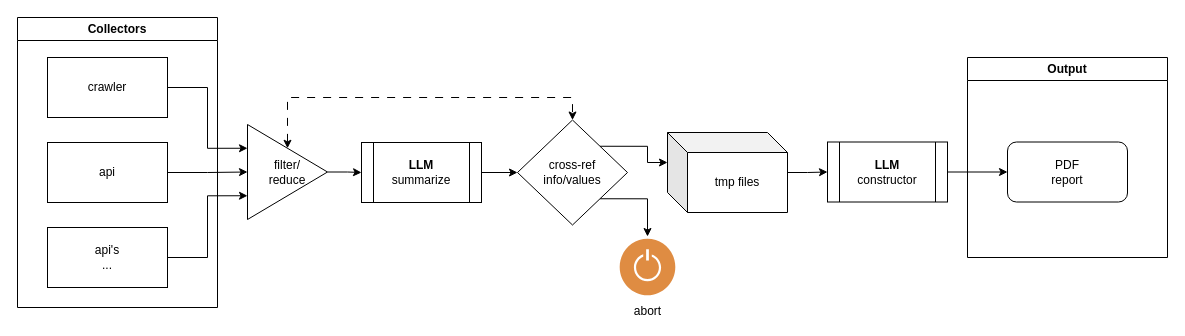
This is docs/img/uml.drawio from SondreUM/gen-ai, a draw.io file, before an edit. Source tidied: cells renumbered, new cells numbered last; positions are measured from the earlier drawing's top-left corner, leaving out a move shared by most shapes. Both pictures are drawn from the tidied source at 100%, with x=0, y=0 at pixel (17, 17).
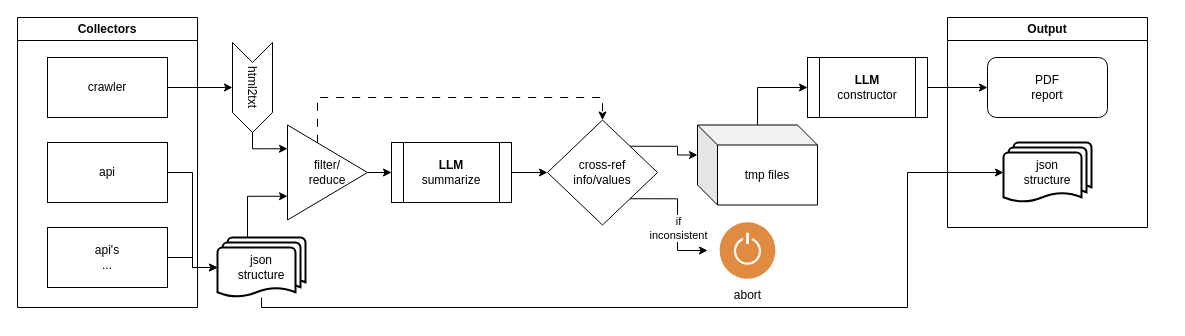
The same diagram, later.

The change refers to these unchanged cells:
```xml
<mxCell id="5" value="crawler" style="rounded=0;whiteSpace=wrap;html=1;" parent="1" vertex="1">
  <mxGeometry x="30" y="40" width="120" height="60" as="geometry" />
</mxCell>
<mxCell id="9" value="&lt;div&gt;api's&lt;/div&gt;&lt;div&gt;...&lt;br&gt;&lt;/div&gt;" style="rounded=0;whiteSpace=wrap;html=1;" parent="1" vertex="1">
  <mxGeometry x="30" y="210" width="120" height="60" as="geometry" />
</mxCell>
```

The edit, as a diff of the source:
```diff
@@
     <mxCell id="3" value="&lt;div&gt;filter/&lt;/div&gt;&lt;div&gt;reduce&lt;br&gt;&lt;/div&gt;" style="triangle;whiteSpace=wrap;html=1;" parent="1" vertex="1">
-      <mxGeometry x="230" y="107" width="80" height="95" as="geometry" />
+      <mxGeometry x="270" y="107.5" width="80" height="95" as="geometry" />
     </mxCell>
-    <mxCell id="4" style="edgeStyle=orthogonalEdgeStyle;rounded=0;jettySize=auto;html=1;entryX=0;entryY=0.25;entryDx=0;entryDy=0;" parent="1" edge="1" source="5" target="3">
-      <mxGeometry relative="1" as="geometry" />
-    </mxCell>
+    <mxCell id="24" style="edgeStyle=orthogonalEdgeStyle;rounded=0;jettySize=auto;html=1;" parent="1" edge="1" source="5" target="28">
+      <mxGeometry relative="1" as="geometry" />
+    </mxCell>
@@
-    <mxCell id="6" style="edgeStyle=orthogonalEdgeStyle;rounded=0;jettySize=auto;html=1;entryX=0;entryY=0.5;entryDx=0;entryDy=0;" parent="1" edge="1" source="7" target="3">
-      <mxGeometry relative="1" as="geometry" />
-    </mxCell>
-    <mxCell id="7" value="api" style="rounded=0;whiteSpace=wrap;html=1;" parent="1" vertex="1">
+    <mxCell id="7" value="&lt;div&gt;api&lt;/div&gt;" style="rounded=0;whiteSpace=wrap;html=1;" parent="1" vertex="1">
       <mxGeometry x="30" y="125" width="120" height="60" as="geometry" />
     </mxCell>
-    <mxCell id="8" style="edgeStyle=orthogonalEdgeStyle;rounded=0;jettySize=auto;html=1;entryX=0;entryY=0.75;entryDx=0;entryDy=0;" parent="1" edge="1" source="9" target="3">
-      <mxGeometry relative="1" as="geometry" />
-    </mxCell>
@@
     <mxCell id="11" value="&lt;div&gt;&lt;b&gt;LLM&lt;/b&gt;&lt;/div&gt;&lt;div&gt;summarize&lt;b&gt;&lt;br&gt;&lt;/b&gt;&lt;/div&gt;" style="shape=process;whiteSpace=wrap;html=1;backgroundOutline=1;" parent="1" vertex="1">
-      <mxGeometry x="344" y="125" width="120" height="60" as="geometry" />
+      <mxGeometry x="374" y="125" width="120" height="60" as="geometry" />
     </mxCell>
     <mxCell id="12" value="Collectors" style="swimlane;whiteSpace=wrap;html=1;" parent="1" vertex="1">
-      <mxGeometry width="200" height="290" as="geometry" />
+      <mxGeometry width="180" height="290" as="geometry" />
     </mxCell>
@@
     <mxCell id="14" value="tmp files" style="shape=cube;whiteSpace=wrap;html=1;boundedLbl=1;backgroundOutline=1;darkOpacity=0.05;darkOpacity2=0.1;" parent="1" vertex="1">
-      <mxGeometry x="650" y="115" width="120" height="80" as="geometry" />
+      <mxGeometry x="680" y="107.5" width="120" height="80" as="geometry" />
     </mxCell>
     <mxCell id="15" value="Output" style="swimlane;whiteSpace=wrap;html=1;startSize=23;" parent="1" vertex="1">
-      <mxGeometry x="950" y="40" width="200" height="200" as="geometry" />
+      <mxGeometry x="930" width="200" height="210" as="geometry" />
     </mxCell>
     <mxCell id="16" value="&lt;div&gt;PDF&lt;/div&gt;report" style="rounded=1;whiteSpace=wrap;html=1;" parent="15" vertex="1">
-      <mxGeometry x="40" y="84.5" width="120" height="60" as="geometry" />
+      <mxGeometry x="40" y="40" width="120" height="60" as="geometry" />
     </mxCell>
+    <mxCell id="25" value="&lt;div&gt;json&lt;/div&gt;&lt;div&gt;structure&lt;br&gt;&lt;/div&gt;" style="strokeWidth=2;html=1;shape=mxgraph.flowchart.multi-document;whiteSpace=wrap;" parent="15" vertex="1">
+      <mxGeometry x="56" y="125" width="88" height="60" as="geometry" />
+    </mxCell>
@@
     <mxCell id="18" value="&lt;div&gt;&lt;b&gt;LLM&lt;/b&gt;&lt;/div&gt;&lt;div&gt;constructor&lt;br&gt;&lt;/div&gt;" style="shape=process;whiteSpace=wrap;html=1;backgroundOutline=1;" parent="1" vertex="1">
-      <mxGeometry x="810" y="124.5" width="120" height="60" as="geometry" />
+      <mxGeometry x="790" y="40" width="120" height="60" as="geometry" />
     </mxCell>
-    <mxCell id="19" style="edgeStyle=orthogonalEdgeStyle;rounded=0;jettySize=auto;html=1;startArrow=classic;startFill=1;dashed=1;dashPattern=8 8;entryX=0.5;entryY=0;entryDx=0;entryDy=0;" parent="1" edge="1" source="3" target="21">
+    <mxCell id="19" style="edgeStyle=orthogonalEdgeStyle;rounded=0;jettySize=auto;html=1;startArrow=none;startFill=0;dashed=1;dashPattern=8 8;entryX=0.5;entryY=0;entryDx=0;entryDy=0;endArrow=classic;endFill=1;" parent="1" edge="1" source="3" target="21">
       <mxGeometry relative="1" as="geometry">
         <Array as="points">
-          <mxPoint x="270" y="80" />
-          <mxPoint x="555" y="80" />
+          <mxPoint x="300" y="80" />
+          <mxPoint x="585" y="80" />
         </Array>
       </mxGeometry>
     </mxCell>
-    <mxCell id="20" style="edgeStyle=orthogonalEdgeStyle;rounded=0;jettySize=auto;html=1;exitX=1;exitY=1;exitDx=0;exitDy=0;" parent="1" edge="1" source="21" target="23">
+    <mxCell id="20" style="edgeStyle=orthogonalEdgeStyle;rounded=0;jettySize=auto;html=1;exitX=1;exitY=1;exitDx=0;exitDy=0;" parent="1" edge="1" source="21">
       <mxGeometry relative="1" as="geometry">
+        <mxPoint x="690" y="233" as="targetPoint" />
         <Array as="points">
-          <mxPoint x="630" y="181" />
+          <mxPoint x="660" y="181" />
         </Array>
       </mxGeometry>
     </mxCell>
+    <mxCell id="26" value="&lt;div&gt;if&lt;/div&gt;&lt;div&gt;inconsistent&lt;br&gt;&lt;/div&gt;" style="edgeLabel;html=1;align=center;verticalAlign=middle;" parent="20" vertex="1">
+      <mxGeometry x="-0.28" y="-3" relative="1" as="geometry">
+        <mxPoint x="1" y="26" as="offset" />
+      </mxGeometry>
+    </mxCell>
     <mxCell id="21" value="&lt;div&gt;cross-ref&lt;/div&gt;&lt;div&gt;info/values&lt;br&gt;&lt;/div&gt;" style="rhombus;whiteSpace=wrap;html=1;" parent="1" vertex="1">
-      <mxGeometry x="500" y="102.5" width="110" height="105" as="geometry" />
+      <mxGeometry x="530" y="102.5" width="110" height="105" as="geometry" />
     </mxCell>
@@
     <mxCell id="23" value="abort" style="sketch=0;shadow=0;dashed=0;html=1;strokeColor=none;fillColor=#DF8C42;labelPosition=center;verticalLabelPosition=bottom;verticalAlign=top;align=center;outlineConnect=0;shape=mxgraph.veeam2.turn_on_off;" parent="1" vertex="1">
-      <mxGeometry x="600" y="219" width="60" height="61" as="geometry" />
+      <mxGeometry x="700" y="202.5" width="60" height="61" as="geometry" />
     </mxCell>
+    <mxCell id="27" style="edgeStyle=orthogonalEdgeStyle;rounded=0;jettySize=auto;html=1;entryX=0;entryY=0.25;entryDx=0;entryDy=0;" parent="1" edge="1" source="28" target="3">
+      <mxGeometry relative="1" as="geometry">
+        <Array as="points">
+          <mxPoint x="235" y="131" />
+        </Array>
+      </mxGeometry>
+    </mxCell>
+    <mxCell id="28" value="html2txt" style="shape=step;perimeter=stepPerimeter;whiteSpace=wrap;html=1;fixedSize=1;rotation=90;" parent="1" vertex="1">
+      <mxGeometry x="190" y="50" width="90" height="40" as="geometry" />
+    </mxCell>
+    <mxCell id="29" style="edgeStyle=orthogonalEdgeStyle;rounded=0;jettySize=auto;html=1;entryX=0;entryY=0.75;entryDx=0;entryDy=0;" parent="1" edge="1" source="31" target="3">
+      <mxGeometry relative="1" as="geometry">
+        <Array as="points">
+          <mxPoint x="230" y="179" />
+        </Array>
+      </mxGeometry>
+    </mxCell>
+    <mxCell id="30" style="edgeStyle=orthogonalEdgeStyle;rounded=0;jettySize=auto;html=1;entryX=0;entryY=0.5;entryDx=0;entryDy=0;entryPerimeter=0;" parent="1" edge="1" source="31" target="25">
+      <mxGeometry relative="1" as="geometry">
+        <Array as="points">
+          <mxPoint x="244" y="290" />
+          <mxPoint x="890" y="290" />
+          <mxPoint x="890" y="155" />
+        </Array>
+      </mxGeometry>
+    </mxCell>
+    <mxCell id="31" value="&lt;div&gt;json&lt;/div&gt;&lt;div&gt;structure&lt;br&gt;&lt;/div&gt;" style="strokeWidth=2;html=1;shape=mxgraph.flowchart.multi-document;whiteSpace=wrap;" parent="1" vertex="1">
+      <mxGeometry x="200" y="220" width="88" height="60" as="geometry" />
+    </mxCell>
+    <mxCell id="32" style="edgeStyle=orthogonalEdgeStyle;rounded=0;jettySize=auto;html=1;entryX=0;entryY=0.5;entryDx=0;entryDy=0;entryPerimeter=0;" parent="1" edge="1" source="7" target="31">
+      <mxGeometry relative="1" as="geometry" />
+    </mxCell>
+    <mxCell id="33" style="edgeStyle=orthogonalEdgeStyle;rounded=0;jettySize=auto;html=1;entryX=0;entryY=0.5;entryDx=0;entryDy=0;entryPerimeter=0;" parent="1" edge="1" source="9" target="31">
+      <mxGeometry relative="1" as="geometry" />
+    </mxCell>
```
